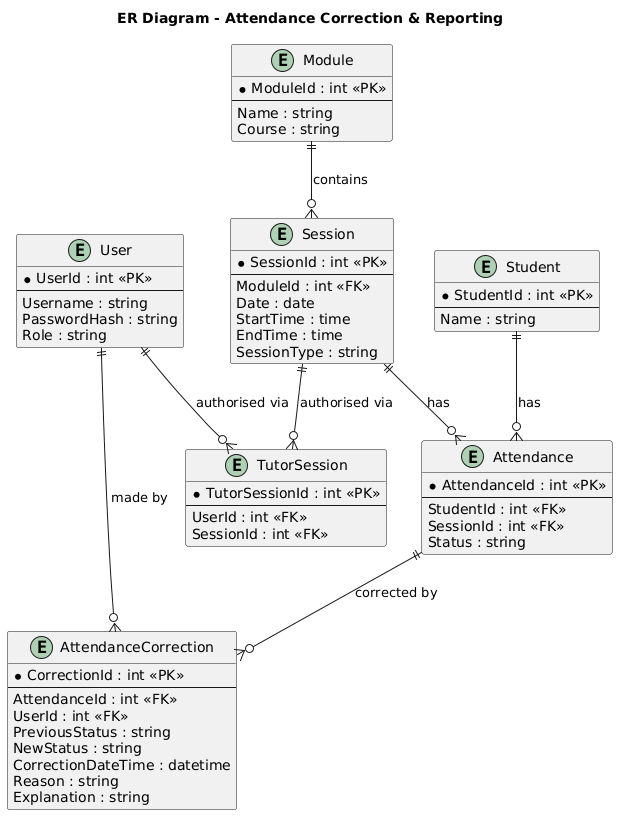
Before: out/diagrams/er-diagram/AttendanceMonitoringSystemERDiagram.png, a diagram exported from PlantUML (Shelly855/attendance-monitoring-copy).
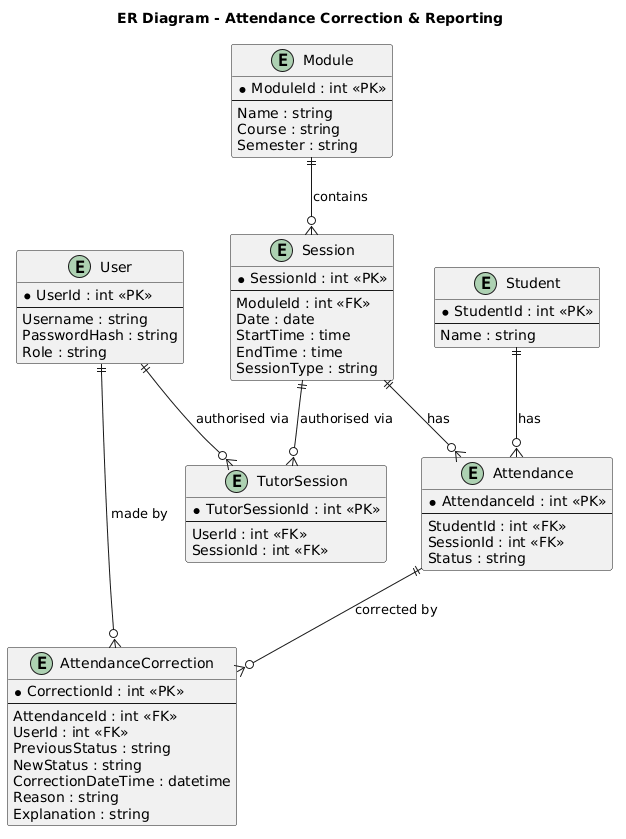
Above is the later version.

Diff of the diagram source:
```diff
@@ -20,6 +20,7 @@
   --
   Name : string
   Course : string
+  Semester : string
 }
 
 entity "Session" as Session {
```
